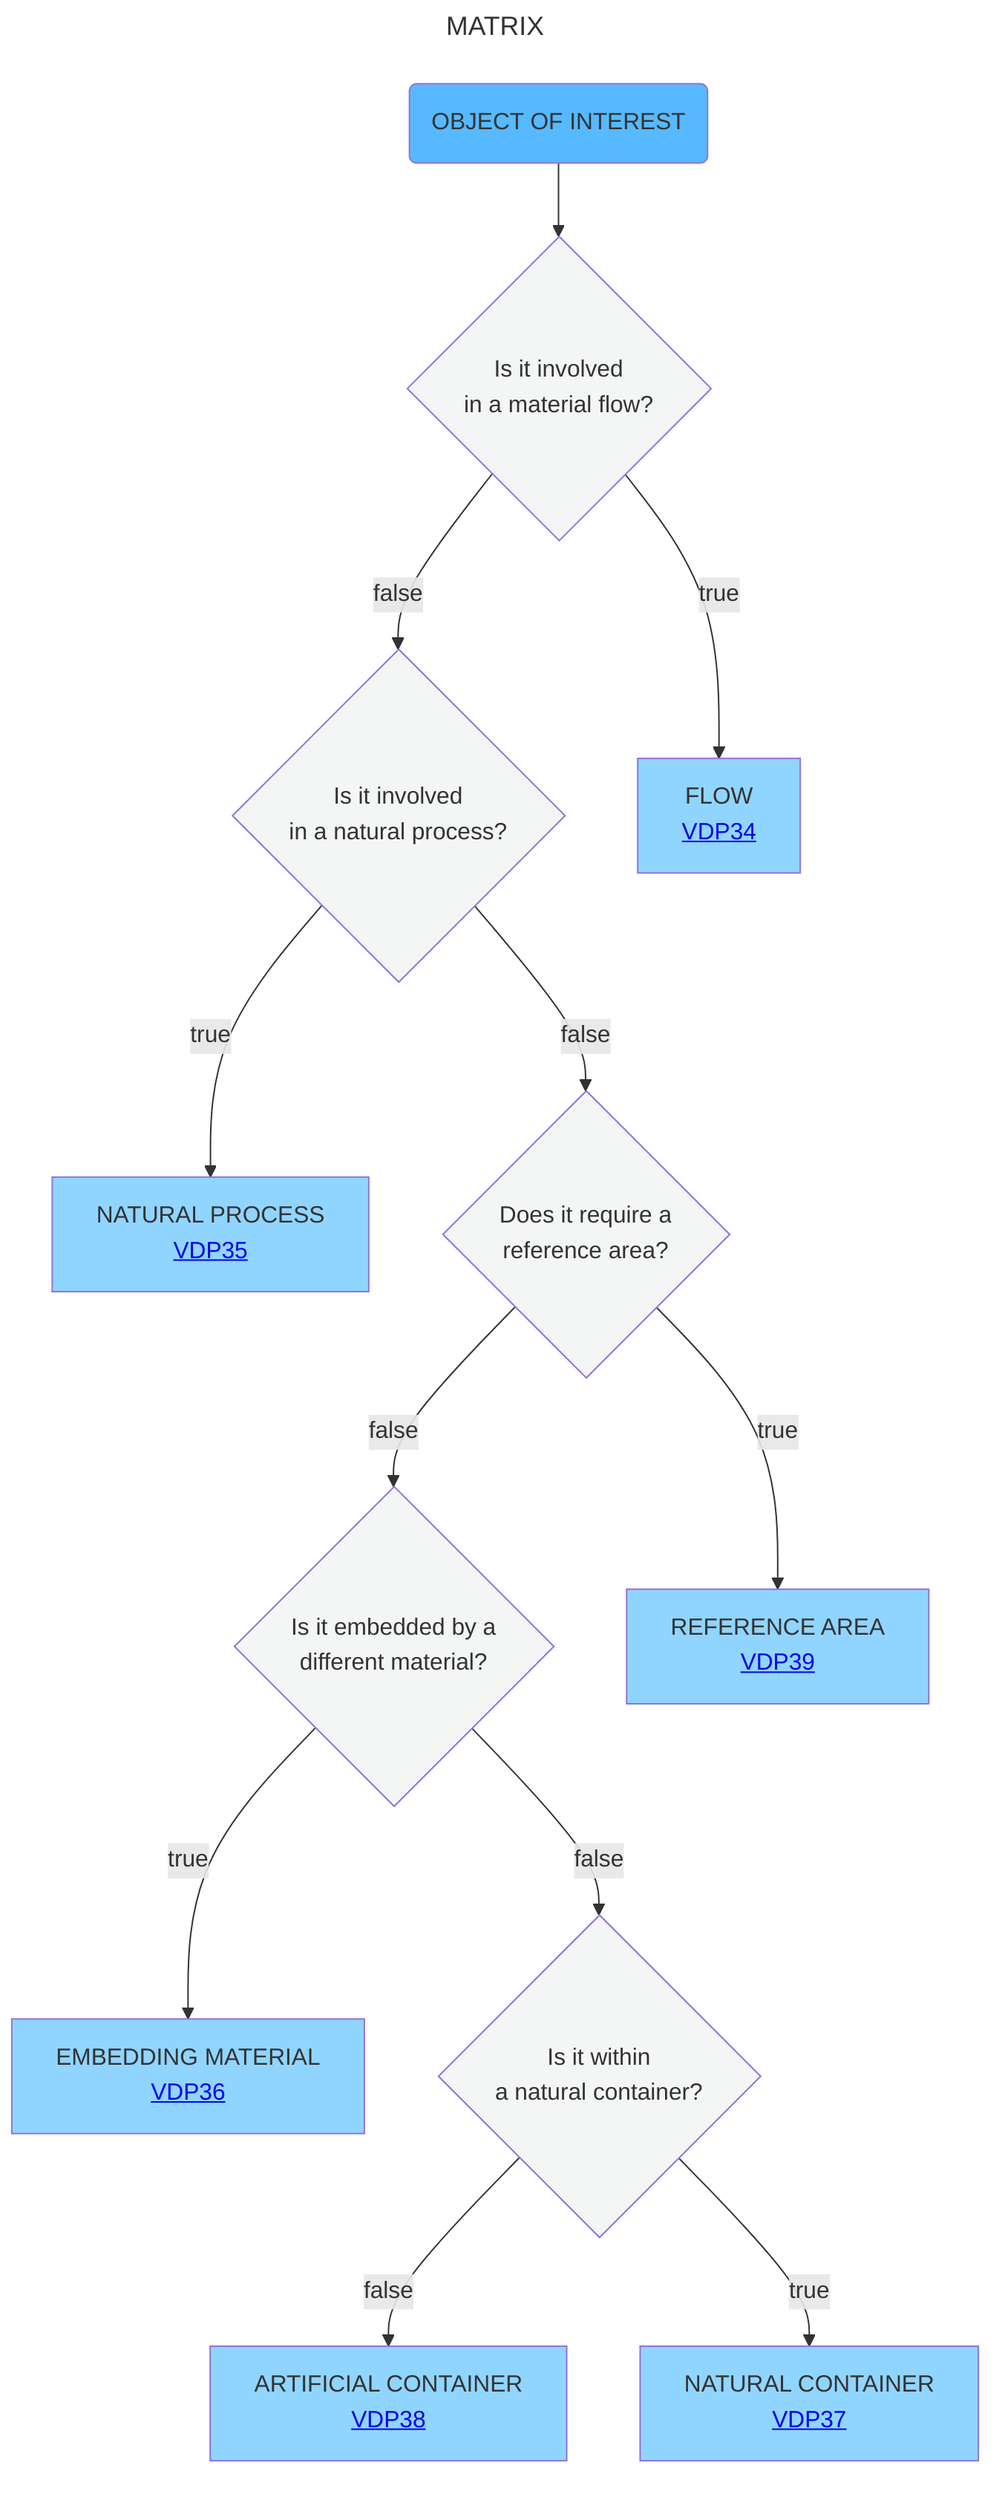
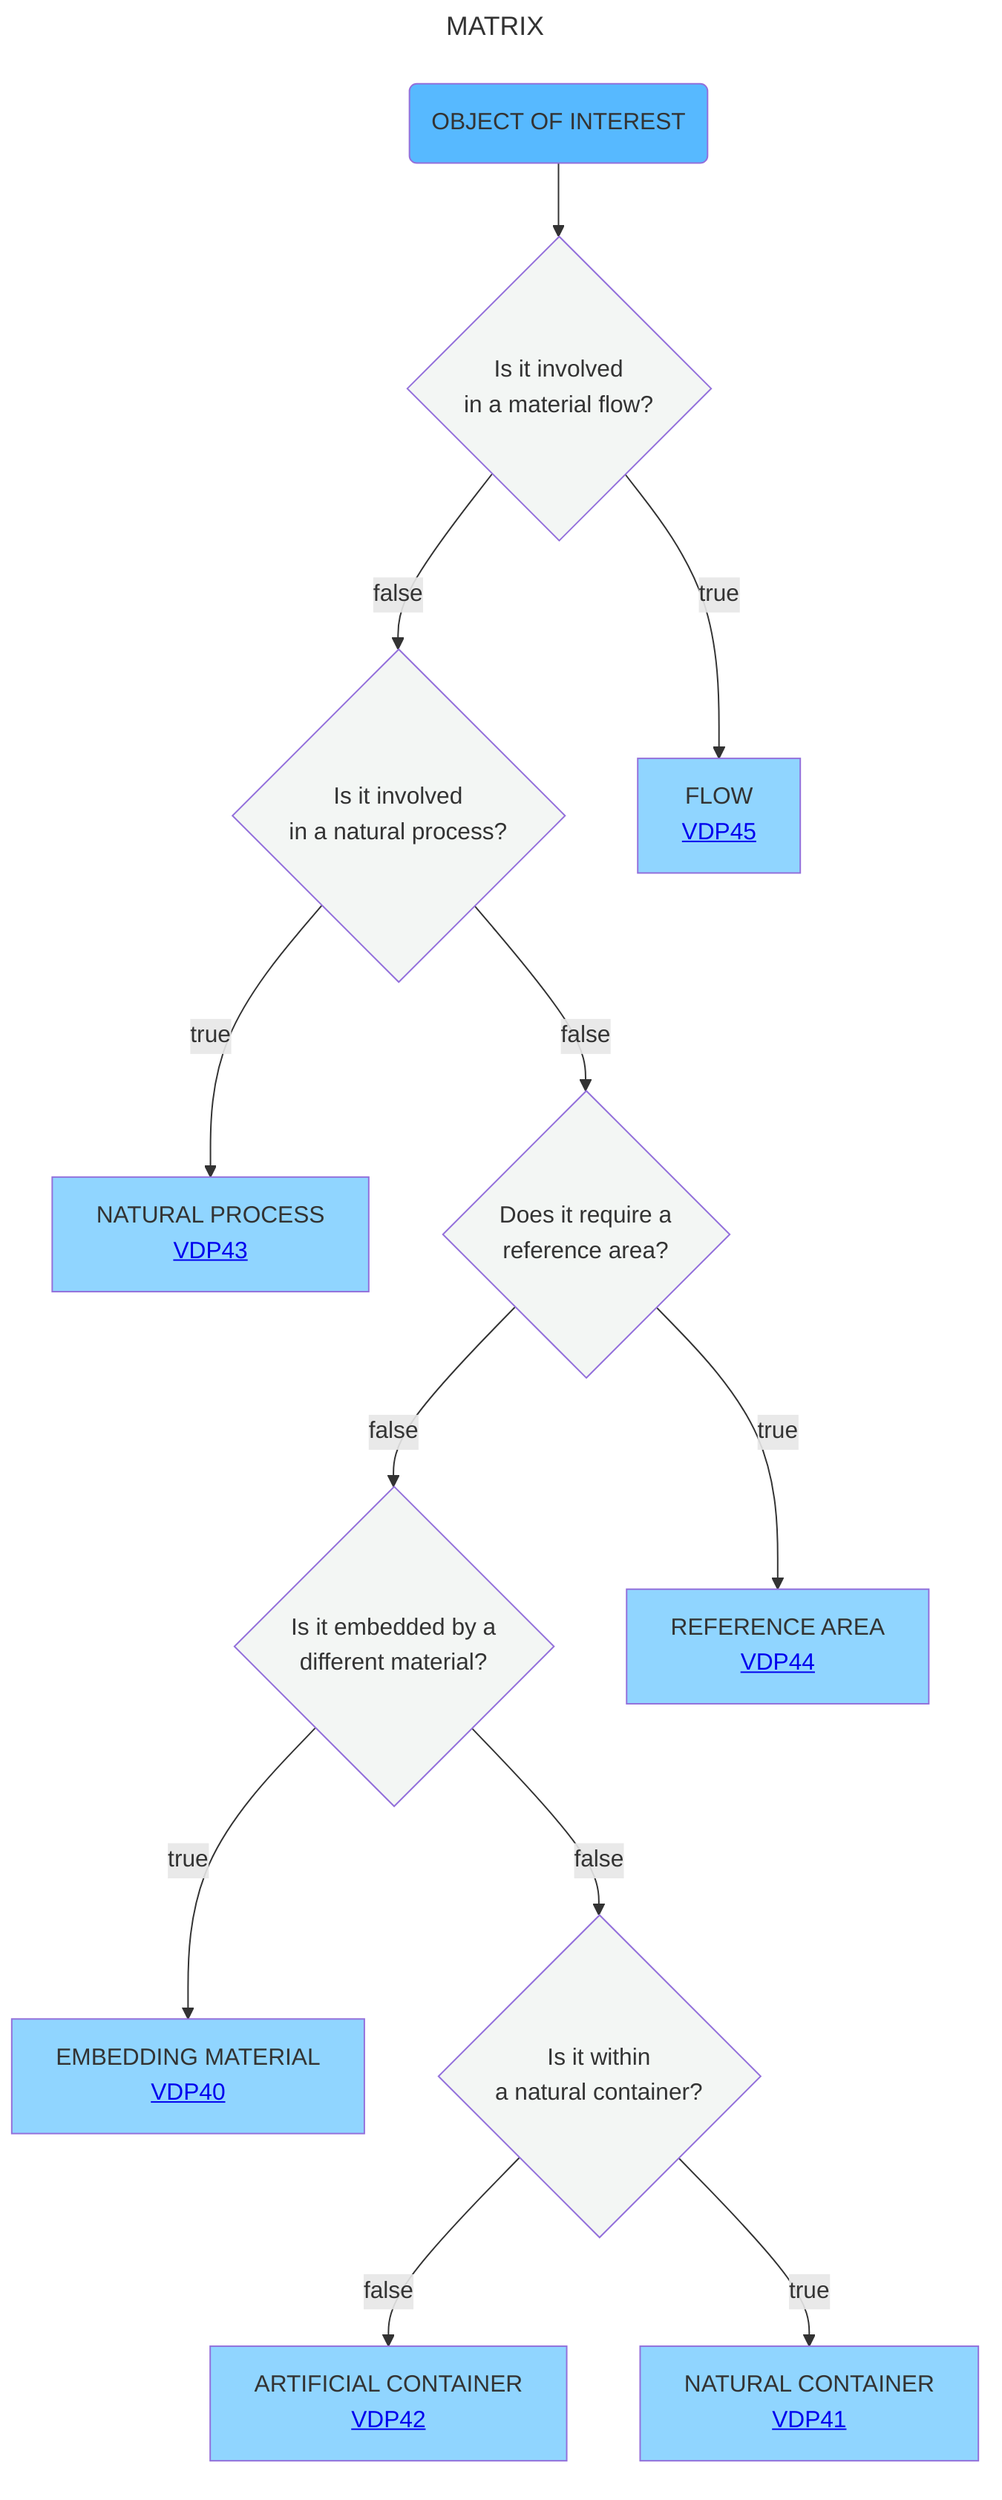
---
title: MATRIX
---
flowchart TD
    A(OBJECT OF INTEREST):::satblue  --> AB{Is it involved <br> in a material flow?}:::white
    AB --> |false|B{Is it involved <br> in a natural process?}:::white
-     AB --> |true|O[FLOW <br> <a href='https://github.com/mabablue/I-ADOPT-patterns-playground/blob/main/pattern/VDP34.yaml'>VDP34</a>]:::blue
-     B --> |true|C[NATURAL PROCESS <br> <a href='https://github.com/mabablue/I-ADOPT-patterns-playground/blob/main/pattern/VDP35.yaml'>VDP35</a>]:::blue
+     AB --> |true|O[FLOW <br> <a href='https://github.com/mabablue/I-ADOPT-patterns-playground/blob/main/pattern/VDP45.yaml'>VDP45</a>]:::blue
+     B --> |true|C[NATURAL PROCESS <br> <a href='https://github.com/mabablue/I-ADOPT-patterns-playground/blob/main/pattern/VDP43.yaml'>VDP43</a>]:::blue
    B --> |false|D{Does it require a <br> reference area?}:::white
    D --> |false|E{Is it embedded by a <br> different material?}:::white
-     D --> |true|F[REFERENCE AREA <br> <a href='https://github.com/mabablue/I-ADOPT-patterns-playground/blob/main/pattern/VDP39.yaml'>VDP39</a>]:::blue
-     E --> |true|G[EMBEDDING MATERIAL <br> <a href='https://github.com/mabablue/I-ADOPT-patterns-playground/blob/main/pattern/VDP36.yaml'>VDP36</a>]:::blue
+     D --> |true|F[REFERENCE AREA <br> <a href='https://github.com/mabablue/I-ADOPT-patterns-playground/blob/main/pattern/VDP44.yaml'>VDP44</a>]:::blue
+     E --> |true|G[EMBEDDING MATERIAL <br> <a href='https://github.com/mabablue/I-ADOPT-patterns-playground/blob/main/pattern/VDP40.yaml'>VDP40</a>]:::blue
    E --> |false|H{Is it within <br> a natural container?}:::white
-     H --> |false|I[ARTIFICIAL CONTAINER <br> <a href='https://github.com/mabablue/I-ADOPT-patterns-playground/blob/main/pattern/VDP38.yaml'>VDP38</a>]:::blue
-     H --> |true|J[NATURAL CONTAINER <br> <a href='https://github.com/mabablue/I-ADOPT-patterns-playground/blob/main/pattern/VDP37.yaml'>VDP37</a>]:::blue
+     H --> |false|I[ARTIFICIAL CONTAINER <br> <a href='https://github.com/mabablue/I-ADOPT-patterns-playground/blob/main/pattern/VDP42.yaml'>VDP42</a>]:::blue
+     H --> |true|J[NATURAL CONTAINER <br> <a href='https://github.com/mabablue/I-ADOPT-patterns-playground/blob/main/pattern/VDP41.yaml'>VDP41</a>]:::blue

   classDef blue fill:#90D5FF
   classDef satblue fill:#57B9FF
   classDef white fill:#f3f6f4
   classDef green fill:#6aa84f

